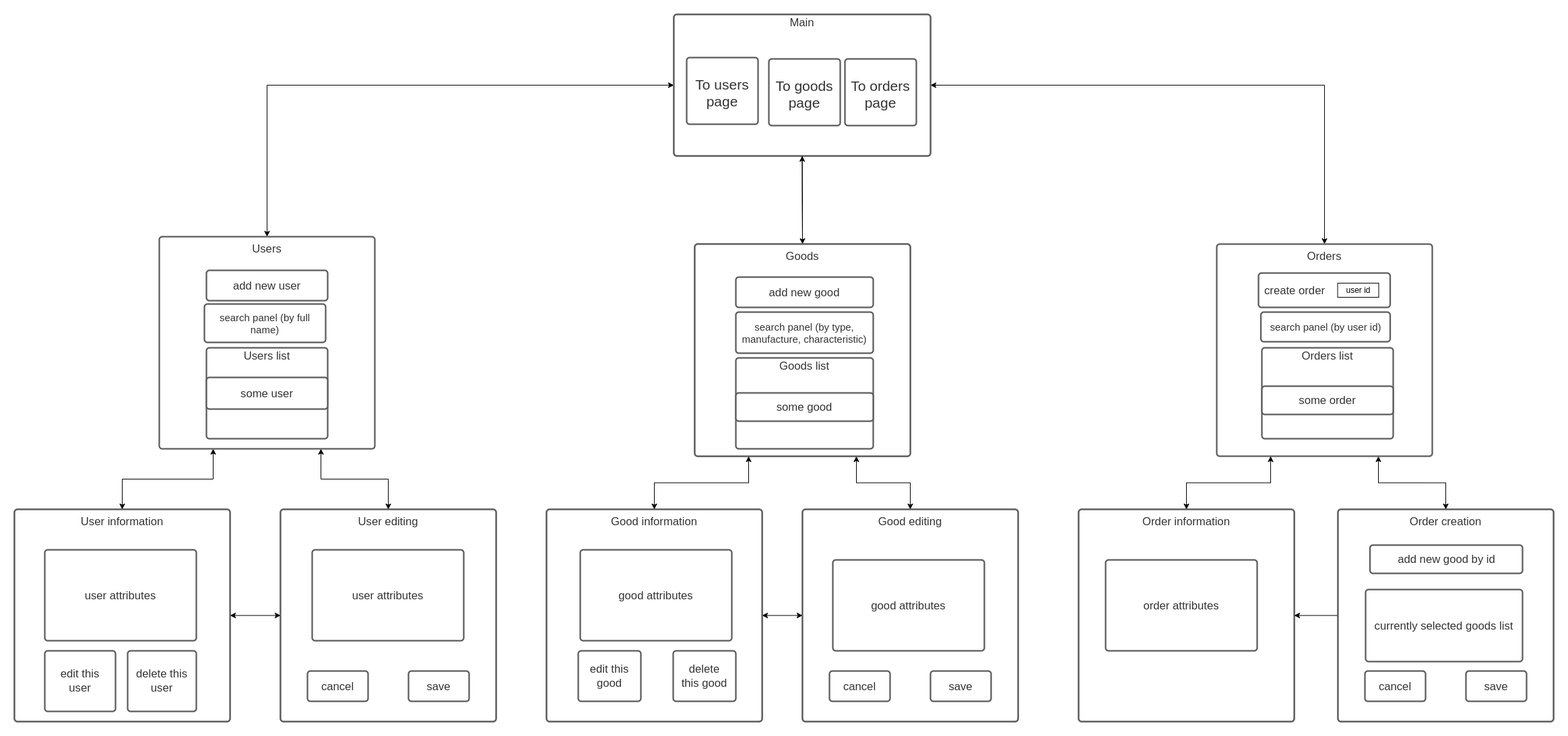
Earlier version of the draw.io export docs/pages.png (Savuri/web-prak). Source tidied: cells renumbered, new cells last; positions are measured from the earlier drawing's top-left corner, leaving out a move shared by most shapes.
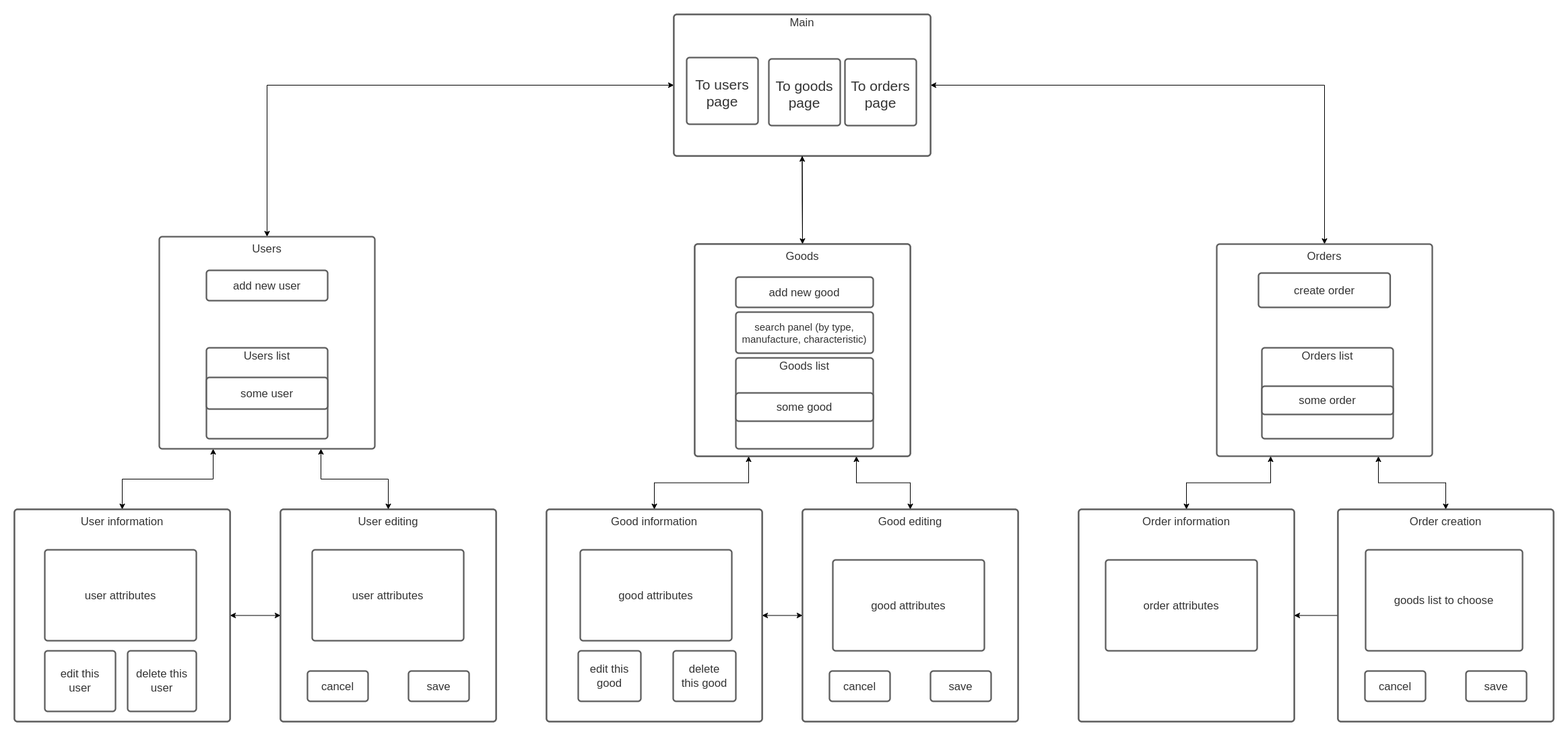
The same file after the commit.

The edit, as a diff of the source:
```diff
@@ -221,7 +221,7 @@
     <mxCell id="74" value="add new good" style="html=1;overflow=block;blockSpacing=1;whiteSpace=wrap;fontSize=16.7;fontColor=#333333;spacing=9;strokeColor=#5e5e5e;strokeOpacity=100;rounded=1;absoluteArcSize=1;arcSize=9;strokeWidth=2.3;" parent="1" vertex="1">
       <mxGeometry x="1071" y="390" width="204" height="45" as="geometry" />
     </mxCell>
-    <mxCell id="75" value="create order" style="html=1;overflow=block;blockSpacing=1;whiteSpace=wrap;fontSize=16.7;fontColor=#333333;spacing=9;strokeColor=#5e5e5e;strokeOpacity=100;rounded=1;absoluteArcSize=1;arcSize=9;strokeWidth=2.3;align=left;" parent="1" vertex="1">
+    <mxCell id="75" value="create order" style="html=1;overflow=block;blockSpacing=1;whiteSpace=wrap;fontSize=16.7;fontColor=#333333;spacing=9;strokeColor=#5e5e5e;strokeOpacity=100;rounded=1;absoluteArcSize=1;arcSize=9;strokeWidth=2.3;align=center;" parent="1" vertex="1">
       <mxGeometry x="1847" y="384" width="195.5" height="51" as="geometry" />
     </mxCell>
     <mxCell id="76" style="edgeStyle=orthogonalEdgeStyle;rounded=0;jettySize=auto;html=1;exitX=0;exitY=0.5;exitDx=0;exitDy=0;fontSize=21;startArrow=none;startFill=0;" parent="1" edge="1" source="77" target="53">
@@ -236,8 +236,8 @@
     <mxCell id="79" value="save" style="html=1;overflow=block;blockSpacing=1;whiteSpace=wrap;fontSize=16.7;fontColor=#333333;spacing=9;strokeColor=#5e5e5e;strokeOpacity=100;rounded=1;absoluteArcSize=1;arcSize=9;strokeWidth=2.3;" parent="1" vertex="1">
       <mxGeometry x="2155" y="975" width="90" height="45" as="geometry" />
     </mxCell>
-    <mxCell id="80" value="currently selected goods list" style="html=1;overflow=block;blockSpacing=1;whiteSpace=wrap;fontSize=16.7;fontColor=#333333;spacing=9;strokeColor=#5e5e5e;strokeOpacity=100;rounded=1;absoluteArcSize=1;arcSize=9;strokeWidth=2.3;" parent="1" vertex="1">
-      <mxGeometry x="2006" y="854" width="233" height="107" as="geometry" />
+    <mxCell id="80" value="goods list to choose" style="html=1;overflow=block;blockSpacing=1;whiteSpace=wrap;fontSize=16.7;fontColor=#333333;spacing=9;strokeColor=#5e5e5e;strokeOpacity=100;rounded=1;absoluteArcSize=1;arcSize=9;strokeWidth=2.3;" parent="1" vertex="1">
+      <mxGeometry x="2006" y="795" width="233" height="150" as="geometry" />
     </mxCell>
     <mxCell id="81" value="&lt;font style=&quot;font-size: 21px&quot;&gt;&lt;br&gt;To users page&lt;/font&gt;" style="html=1;overflow=block;blockSpacing=1;whiteSpace=wrap;fontSize=16.7;fontColor=#333333;align=center;spacing=3.8;verticalAlign=top;strokeColor=#5e5e5e;strokeOpacity=100;rounded=1;absoluteArcSize=1;arcSize=9;strokeWidth=2.3;" parent="1" vertex="1">
       <mxGeometry x="998" y="64" width="106" height="99" as="geometry" />
@@ -254,17 +254,5 @@
     <mxCell id="85" value="some order" style="html=1;overflow=block;blockSpacing=1;whiteSpace=wrap;fontSize=16.7;fontColor=#333333;spacing=9;strokeColor=#5e5e5e;strokeOpacity=100;rounded=1;absoluteArcSize=1;arcSize=9;strokeWidth=2.3;" parent="1" vertex="1">
       <mxGeometry x="1852" y="552" width="195" height="42" as="geometry" />
     </mxCell>
-    <mxCell id="86" value="add new good by id" style="html=1;overflow=block;blockSpacing=1;whiteSpace=wrap;fontSize=16.7;fontColor=#333333;spacing=9;strokeColor=#5e5e5e;strokeOpacity=100;rounded=1;absoluteArcSize=1;arcSize=9;strokeWidth=2.3;" parent="1" vertex="1">
-      <mxGeometry x="2012.5" y="788" width="226.5" height="42" as="geometry" />
-    </mxCell>
-    <mxCell id="87" value="user id" style="rounded=0;whiteSpace=wrap;html=1;" parent="1" vertex="1">
-      <mxGeometry x="1964.5" y="399" width="61" height="21" as="geometry" />
-    </mxCell>
-    <mxCell id="88" value="search panel (by user id)" style="html=1;overflow=block;blockSpacing=1;whiteSpace=wrap;fontSize=15;fontColor=#333333;spacing=9;strokeColor=#5e5e5e;strokeOpacity=100;rounded=1;absoluteArcSize=1;arcSize=9;strokeWidth=2.3;" parent="1" vertex="1">
-      <mxGeometry x="1850.5" y="442" width="192" height="44" as="geometry" />
-    </mxCell>
-    <mxCell id="89" value="search panel (by full name)" style="html=1;overflow=block;blockSpacing=1;whiteSpace=wrap;fontSize=15;fontColor=#333333;spacing=9;strokeColor=#5e5e5e;strokeOpacity=100;rounded=1;absoluteArcSize=1;arcSize=9;strokeWidth=2.3;" parent="1" vertex="1">
-      <mxGeometry x="282" y="430" width="180" height="57" as="geometry" />
-    </mxCell>
   </root>
 </mxGraphModel>
```
